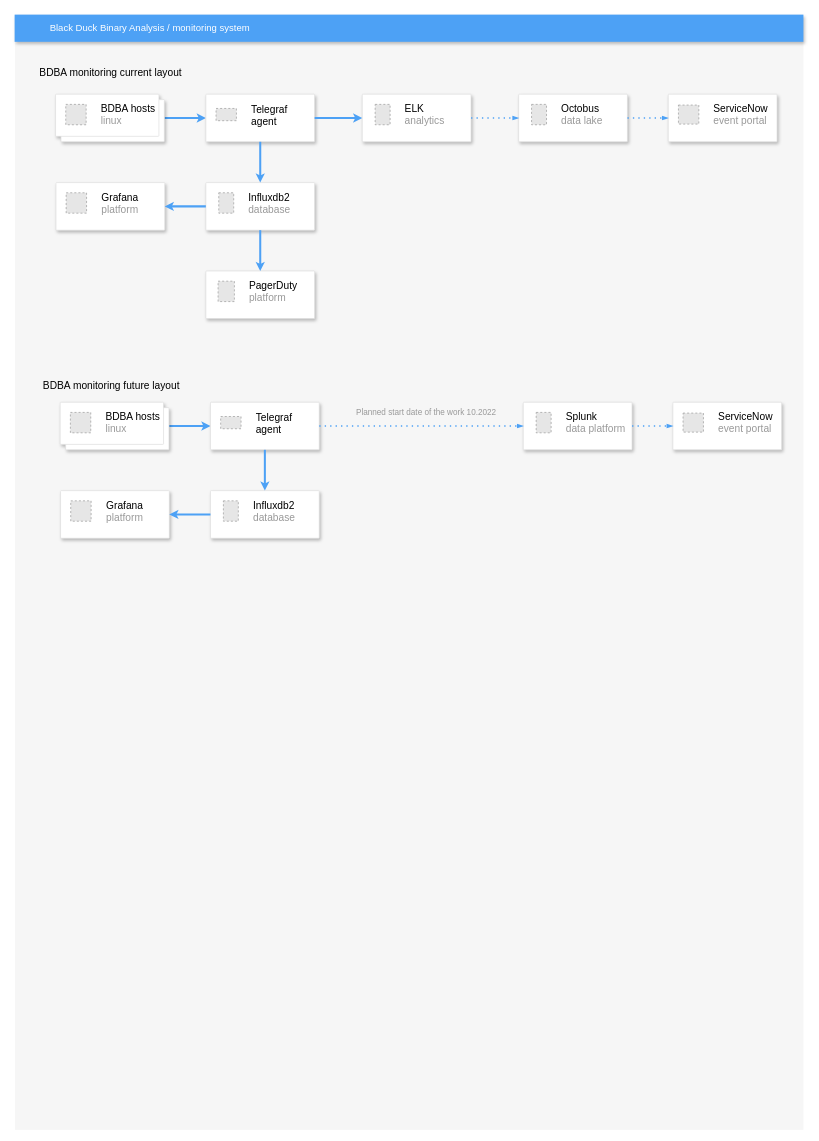
This is elastic_kibana/Untitled Diagram.drawio from faxome/bdba_monitoring, a draw.io file, before an edit. Source tidied: cells renumbered, new cells numbered last; positions are measured from the earlier drawing's top-left corner, leaving out a move shared by most shapes. Both pictures are drawn from the tidied source at 68%, with x=0, y=0 at pixel (14, 14). Pictures stored in the file or linked from it are replaced by grey dashed boxes.
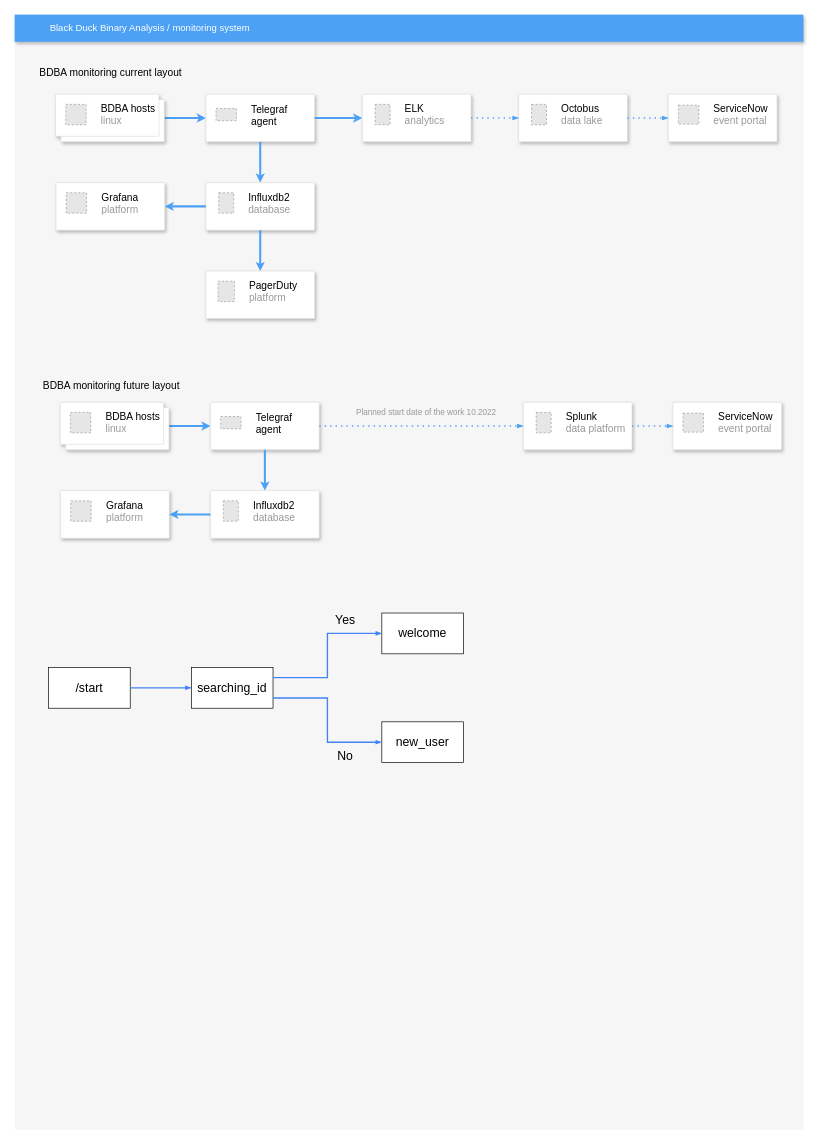
After the change.

The edit, as a diff of the source:
```diff
@@
+    <mxCell id="47" value="&lt;font style=&quot;font-size: 18px;&quot;&gt;/start&lt;/font&gt;" style="rounded=0;whiteSpace=wrap;html=1;" parent="1" vertex="1">
+      <mxGeometry x="50" y="960" width="120" height="60" as="geometry" />
+    </mxCell>
+    <mxCell id="48" style="edgeStyle=orthogonalEdgeStyle;fontSize=12;html=1;endArrow=blockThin;endFill=1;rounded=0;strokeWidth=2;endSize=4;startSize=4;dashed=0;strokeColor=#4284F3;exitX=1;exitY=0.5;exitDx=0;exitDy=0;" parent="1" edge="1" source="47">
+      <mxGeometry relative="1" as="geometry">
+        <mxPoint x="260" y="990" as="targetPoint" />
+      </mxGeometry>
+    </mxCell>
+    <mxCell id="49" value="&lt;span style=&quot;font-size: 18px;&quot;&gt;searching_id&lt;/span&gt;" style="rounded=0;whiteSpace=wrap;html=1;" parent="1" vertex="1">
+      <mxGeometry x="260" y="960" width="120" height="60" as="geometry" />
+    </mxCell>
+    <mxCell id="50" value="&lt;font style=&quot;font-size: 18px;&quot;&gt;welcome&lt;/font&gt;" style="rounded=0;whiteSpace=wrap;html=1;" parent="1" vertex="1">
+      <mxGeometry x="540" y="880" width="120" height="60" as="geometry" />
+    </mxCell>
+    <mxCell id="51" value="&lt;font style=&quot;font-size: 18px;&quot;&gt;new_user&lt;/font&gt;" style="rounded=0;whiteSpace=wrap;html=1;" parent="1" vertex="1">
+      <mxGeometry x="540" y="1040" width="120" height="60" as="geometry" />
+    </mxCell>
+    <mxCell id="52" style="edgeStyle=orthogonalEdgeStyle;fontSize=12;html=1;endArrow=blockThin;endFill=1;rounded=0;strokeWidth=2;endSize=4;startSize=4;dashed=0;strokeColor=#4284F3;exitX=1;exitY=0.25;exitDx=0;exitDy=0;entryX=0;entryY=0.5;entryDx=0;entryDy=0;" parent="1" edge="1" source="49" target="50">
+      <mxGeometry relative="1" as="geometry" />
+    </mxCell>
+    <mxCell id="53" style="edgeStyle=orthogonalEdgeStyle;fontSize=12;html=1;endArrow=blockThin;endFill=1;rounded=0;strokeWidth=2;endSize=4;startSize=4;dashed=0;strokeColor=#4284F3;exitX=1;exitY=0.75;exitDx=0;exitDy=0;entryX=0;entryY=0.5;entryDx=0;entryDy=0;" parent="1" edge="1" source="49" target="51">
+      <mxGeometry relative="1" as="geometry" />
+    </mxCell>
+    <mxCell id="54" value="Yes" style="text;html=1;align=center;verticalAlign=middle;fillColor=none;strokeColor=none;rounded=0;fontSize=18;" parent="1" vertex="1">
+      <mxGeometry x="461.2" y="870" width="50" height="40" as="geometry" />
+    </mxCell>
+    <mxCell id="55" value="No" style="text;html=1;align=center;verticalAlign=middle;fillColor=none;strokeColor=none;rounded=0;fontSize=18;" parent="1" vertex="1">
+      <mxGeometry x="461.2" y="1070" width="50" height="40" as="geometry" />
+    </mxCell>
```
